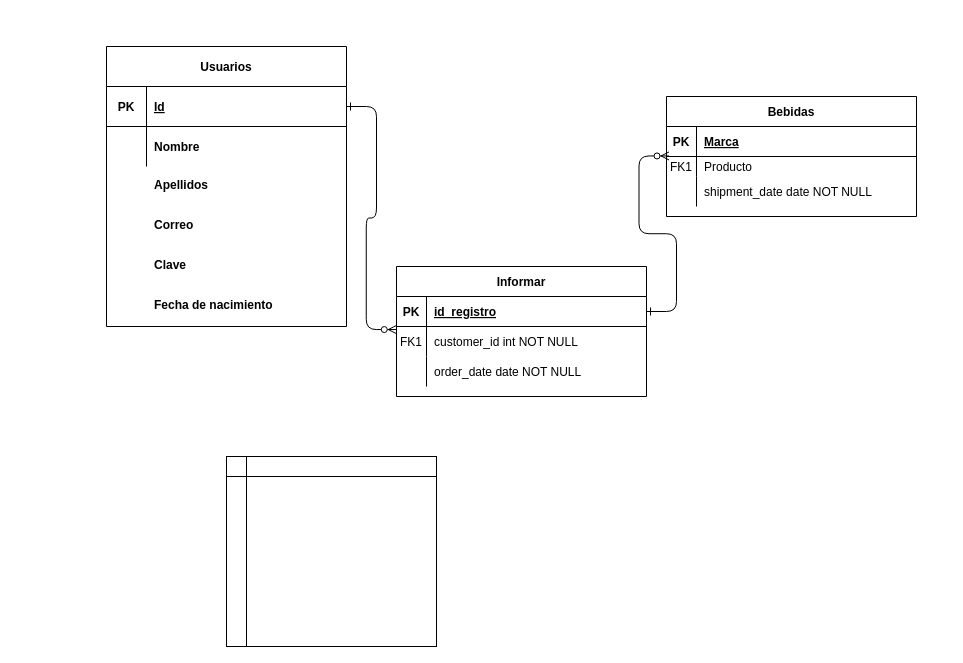
JohnFlorez25/equipo1_jayg_ppi2020 keeps this draw.io diagram as EntidadRelacional.drawio. Above is the earlier version. Source tidied: cells renumbered, new cells numbered last; positions are measured from the earlier drawing's top-left corner, leaving out a move shared by most shapes. Both pictures are drawn from the tidied source at 100%, with x=0, y=0 at pixel (106, 46).
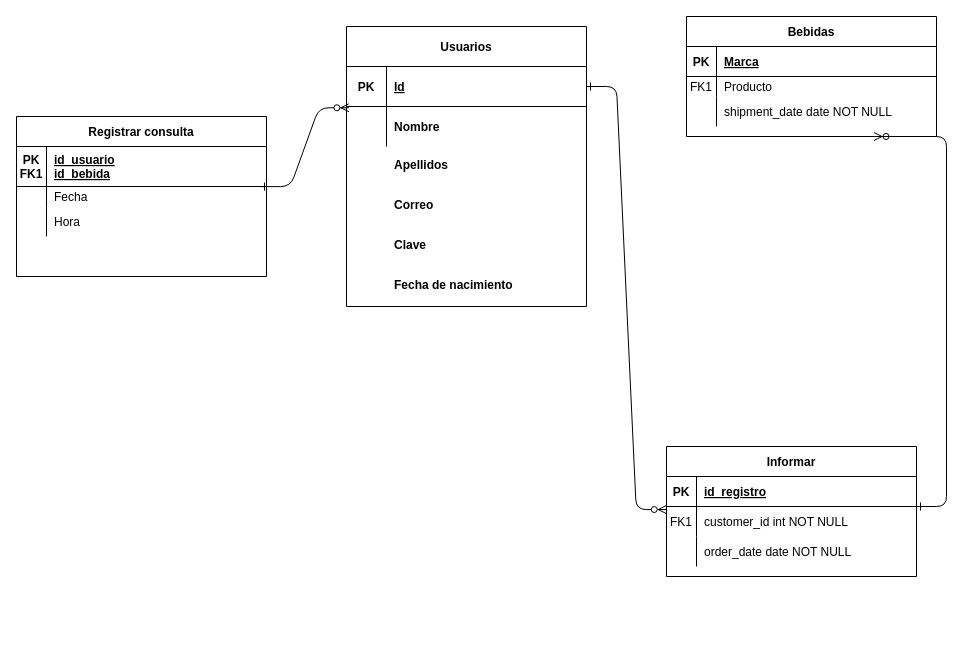
Above is the later version.

Unchanged cells that the change refers to:
```xml
<mxCell id="5" style="shape=partialRectangle;fillColor=none;points=[[0,0.5],[1,0.5]];portConstraint=eastwest;top=0;left=0;right=0;bottom=1;" parent="4" vertex="1">
  <mxGeometry y="30" width="250" height="30" as="geometry" />
</mxCell>
<mxCell id="18" style="shape=partialRectangle;fillColor=none;points=[[0,0.5],[1,0.5]];portConstraint=eastwest;top=0;left=0;right=0;bottom=0;" parent="14" vertex="1">
  <mxGeometry y="60" width="250" height="20" as="geometry" />
</mxCell>
<mxCell id="29" style="shape=partialRectangle;fillColor=none;points=[[0,0.5],[1,0.5]];portConstraint=eastwest;top=0;left=0;right=0;bottom=0;" parent="25" vertex="1">
  <mxGeometry y="80" width="240" height="40" as="geometry" />
</mxCell>
```

The edit, as a diff of the source:
```diff
@@
-    <mxCell id="3" style="edgeStyle=entityRelationEdgeStyle;endArrow=ERzeroToMany;startArrow=ERone;endFill=1;startFill=0;entryX=0.01;entryY=-0.028;entryDx=0;entryDy=0;entryPerimeter=0;" parent="1" edge="1" source="5" target="18">
-      <mxGeometry relative="1" as="geometry" />
+    <mxCell id="3" style="edgeStyle=entityRelationEdgeStyle;endArrow=ERzeroToMany;startArrow=ERone;endFill=1;startFill=0;entryX=0.75;entryY=1;entryDx=0;entryDy=0;" parent="1" edge="1" target="14">
+      <mxGeometry relative="1" as="geometry">
+        <mxPoint x="810" y="460" as="sourcePoint" />
+      </mxGeometry>
     </mxCell>
     <mxCell id="4" value="Informar" style="shape=table;startSize=30;childLayout=tableLayout;rowLines=0;fontStyle=1;align=center;" parent="1" vertex="1">
-      <mxGeometry x="290" y="220" width="250" height="130" as="geometry" />
+      <mxGeometry x="560" y="400" width="250" height="130" as="geometry" />
     </mxCell>
@@
     <mxCell id="14" value="Bebidas" style="shape=table;startSize=30;childLayout=tableLayout;rowLines=0;fontStyle=1;align=center;" parent="1" vertex="1">
-      <mxGeometry x="560" y="50" width="250" height="120" as="geometry" />
+      <mxGeometry x="580" y="-30" width="250" height="120" as="geometry" />
     </mxCell>
@@
     <mxCell id="24" style="group;" parent="1" vertex="1">
-      <mxGeometry width="240" height="280" as="geometry" />
+      <mxGeometry x="210" y="-20" width="240" height="280" as="geometry" />
     </mxCell>
     <mxCell id="25" value="Usuarios" style="shape=table;startSize=40;childLayout=tableLayout;rowLines=0;fontStyle=1;align=center;" parent="24" vertex="1">
-      <mxGeometry width="240" height="280" as="geometry" />
+      <mxGeometry x="30" width="240" height="280" as="geometry" />
     </mxCell>
@@
     <mxCell id="32" value="Apellidos" style="shape=partialRectangle;overflow=hidden;fillColor=none;top=0;left=0;bottom=0;right=0;align=left;spacingLeft=6;fontStyle=1;" parent="24" vertex="1">
-      <mxGeometry x="40" y="120" width="200" height="35" as="geometry" />
+      <mxGeometry x="70" y="120" width="200" height="35" as="geometry" />
     </mxCell>
     <mxCell id="33" value="Correo" style="shape=partialRectangle;overflow=hidden;fillColor=none;top=0;left=0;bottom=0;right=0;align=left;spacingLeft=6;fontStyle=1;" parent="24" vertex="1">
-      <mxGeometry x="40" y="160" width="200" height="35" as="geometry" />
+      <mxGeometry x="70" y="160" width="200" height="35" as="geometry" />
     </mxCell>
     <mxCell id="34" value="Clave" style="shape=partialRectangle;overflow=hidden;fillColor=none;top=0;left=0;bottom=0;right=0;align=left;spacingLeft=6;fontStyle=1;" parent="24" vertex="1">
-      <mxGeometry x="40" y="200" width="200" height="35" as="geometry" />
+      <mxGeometry x="70" y="200" width="200" height="35" as="geometry" />
     </mxCell>
     <mxCell id="35" value="Fecha de nacimiento" style="shape=partialRectangle;overflow=hidden;fillColor=none;top=0;left=0;bottom=0;right=0;align=left;spacingLeft=6;fontStyle=1;" parent="24" vertex="1">
-      <mxGeometry x="40" y="240" width="200" height="35" as="geometry" />
+      <mxGeometry x="70" y="240" width="200" height="35" as="geometry" />
     </mxCell>
-    <mxCell id="36" style="shape=internalStorage;whiteSpace=wrap;html=1;backgroundOutline=1;strokeColor=#000000;" parent="1" vertex="1">
-      <mxGeometry x="120" y="410" width="210" height="190" as="geometry" />
-    </mxCell>
-    <mxCell id="37" style="rounded=0;whiteSpace=wrap;html=1;strokeColor=#000000;" parent="1" vertex="1">
-      <mxGeometry x="140" y="410" width="190" height="20" as="geometry" />
-    </mxCell>
+    <mxCell id="38" value="Registrar consulta" style="shape=table;startSize=30;childLayout=tableLayout;rowLines=0;fontStyle=1;align=center;" parent="1" vertex="1">
+      <mxGeometry x="-90" y="70" width="250" height="160" as="geometry" />
+    </mxCell>
+    <mxCell id="39" style="shape=partialRectangle;fillColor=none;top=0;left=0;right=0;bottom=1;" parent="38" vertex="1">
+      <mxGeometry y="30" width="250" height="40" as="geometry" />
+    </mxCell>
+    <mxCell id="40" value="PK&#10;FK1" style="shape=partialRectangle;overflow=hidden;fillColor=none;top=0;left=0;bottom=0;right=0;fontStyle=1;" parent="39" vertex="1">
+      <mxGeometry width="30" height="40" as="geometry" />
+    </mxCell>
+    <mxCell id="41" value="id_usuario&#10;id_bebida" style="shape=partialRectangle;overflow=hidden;fillColor=none;top=0;left=0;bottom=0;right=0;align=left;spacingLeft=6;fontStyle=5;" parent="39" vertex="1">
+      <mxGeometry x="30" width="220" height="40" as="geometry" />
+    </mxCell>
+    <mxCell id="42" style="shape=partialRectangle;fillColor=none;points=[[0,0.5],[1,0.5]];portConstraint=eastwest;top=0;left=0;right=0;bottom=0;" parent="38" vertex="1">
+      <mxGeometry y="70" width="250" height="20" as="geometry" />
+    </mxCell>
+    <mxCell id="43" style="shape=partialRectangle;overflow=hidden;fillColor=none;top=0;left=0;bottom=0;right=0;" parent="42" vertex="1">
+      <mxGeometry width="30" height="20" as="geometry" />
+    </mxCell>
+    <mxCell id="44" value="Fecha" style="shape=partialRectangle;overflow=hidden;fillColor=none;top=0;left=0;bottom=0;right=0;align=left;spacingLeft=6;" parent="42" vertex="1">
+      <mxGeometry x="30" width="220" height="20" as="geometry" />
+    </mxCell>
+    <mxCell id="45" style="shape=partialRectangle;fillColor=none;top=0;left=0;right=0;bottom=0;" parent="38" vertex="1">
+      <mxGeometry y="90" width="250" height="30" as="geometry" />
+    </mxCell>
+    <mxCell id="46" style="shape=partialRectangle;overflow=hidden;fillColor=none;top=0;left=0;bottom=0;right=0;" parent="45" vertex="1">
+      <mxGeometry width="30" height="30" as="geometry" />
+    </mxCell>
+    <mxCell id="47" value="Hora" style="shape=partialRectangle;overflow=hidden;fillColor=none;top=0;left=0;bottom=0;right=0;align=left;spacingLeft=6;" parent="45" vertex="1">
+      <mxGeometry x="30" width="220" height="30" as="geometry" />
+    </mxCell>
+    <mxCell id="48" style="edgeStyle=entityRelationEdgeStyle;endArrow=ERzeroToMany;startArrow=ERone;endFill=1;startFill=0;entryX=0.01;entryY=0.032;entryDx=0;entryDy=0;entryPerimeter=0;exitX=0.976;exitY=0.006;exitDx=0;exitDy=0;exitPerimeter=0;" parent="1" edge="1" source="42" target="29">
+      <mxGeometry relative="1" as="geometry" />
+    </mxCell>
```
